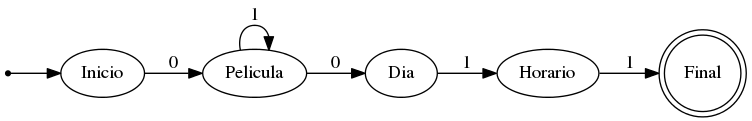
This is Digraph.gv.png from eloywilliams/CineX, a Graphviz export, as it was before one commit. Its source is kept beside it as Digraph.gv.
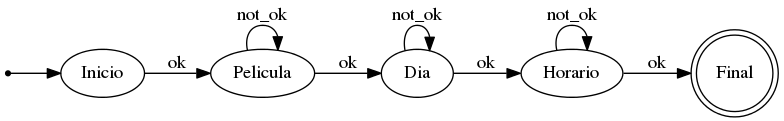
Above is the later version.

The edit, as a diff of the source:
```diff
@@ -7,9 +7,11 @@
 		Dia
 		Horario
 		Final [shape=doublecircle]
-			Inicio -> Pelicula [label=0]
-			Pelicula -> Dia [label=0]
-			Pelicula -> Pelicula [label=1]
-			Dia -> Horario [label=1]
-			Horario -> Final [label=1]
+			Inicio -> Pelicula [label=ok]
+			Pelicula -> Dia [label=ok]
+			Pelicula -> Pelicula [label=not_ok]
+			Dia -> Horario [label=ok]
+			Dia -> Dia [label=not_ok]
+			Horario -> Final [label=ok]
+			Horario -> Horario [label=not_ok]
 }
```
